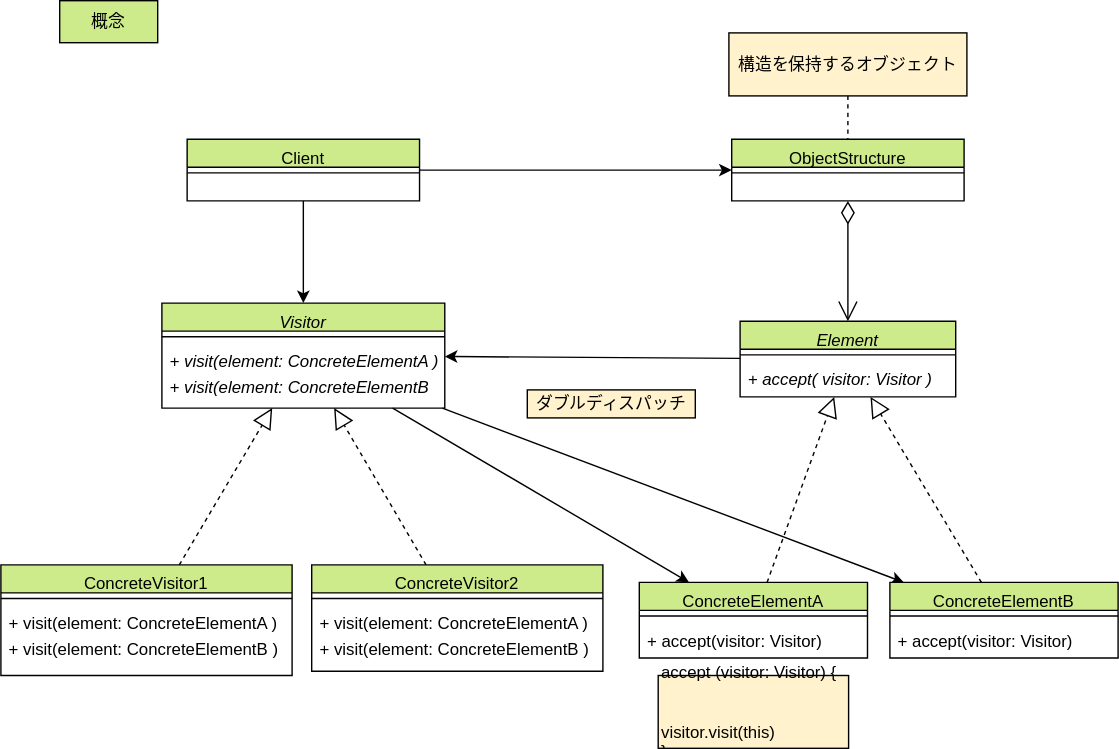
Above: drawio/visitor/visitor-concept.drawio.svg in go-to-k/cdk-gof-design-pattern (draw.io), before the change. Source tidied: cells renumbered, new cells last; positions are measured from the earlier drawing's top-left corner, leaving out a move shared by most shapes.
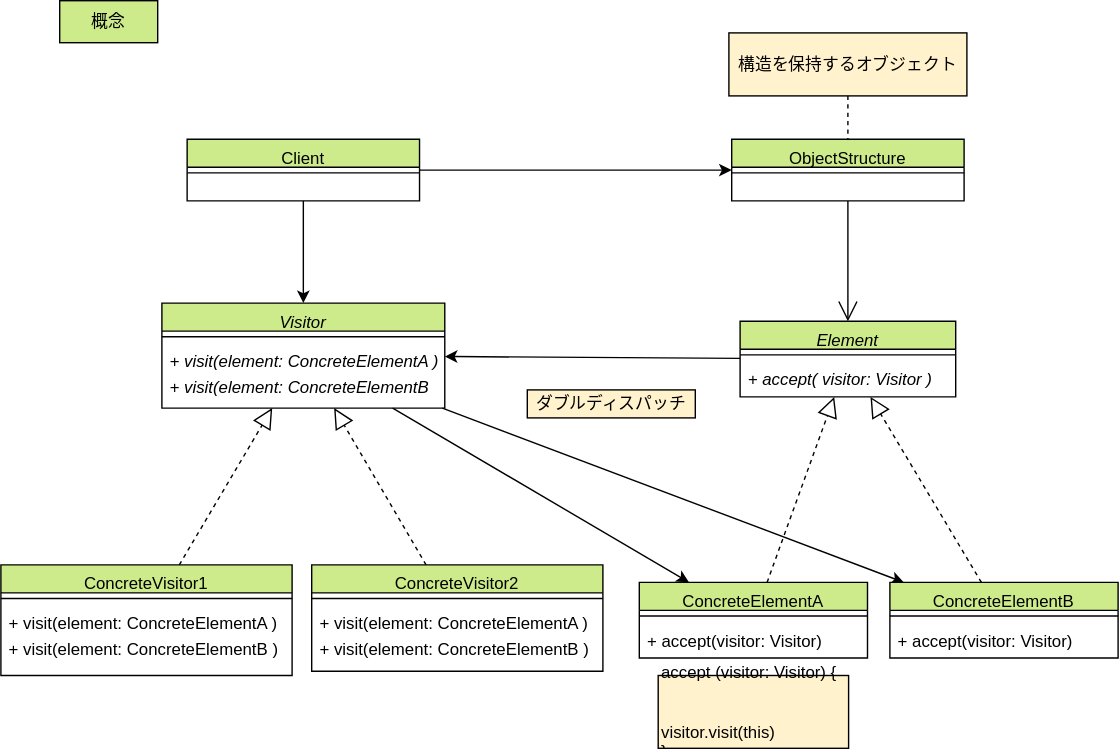
Above is the later version.

Commit message:
update visitor diagrams

The edit, as a diff of the source:
```diff
@@ -119,7 +119,7 @@
     <mxCell id="40" value="&lt;div style=&quot;&quot;&gt;&lt;span style=&quot;background-color: initial;&quot;&gt;ダブルディスパッチ&lt;/span&gt;&lt;/div&gt;" style="text;html=1;strokeColor=#000000;fillColor=#fff2cc;align=center;verticalAlign=middle;whiteSpace=wrap;rounded=0;fontColor=#000000;" parent="1" vertex="1">
       <mxGeometry x="376" y="278" width="120" height="20" as="geometry" />
     </mxCell>
-    <mxCell id="41" style="endArrow=open;html=1;endSize=12;startArrow=diamondThin;startSize=14;startFill=0;edgeStyle=orthogonalEdgeStyle;align=left;verticalAlign=bottom;rounded=0;fontColor=#000000;strokeColor=#000000;labelBackgroundColor=none;" parent="1" edge="1" source="31" target="14">
+    <mxCell id="41" style="endArrow=open;html=1;endSize=12;startArrow=none;startSize=14;startFill=0;edgeStyle=orthogonalEdgeStyle;align=left;verticalAlign=bottom;rounded=0;fontColor=#000000;strokeColor=#000000;labelBackgroundColor=none;" parent="1" edge="1" source="31" target="14">
       <mxGeometry relative="1" as="geometry" />
     </mxCell>
   </root>
```
